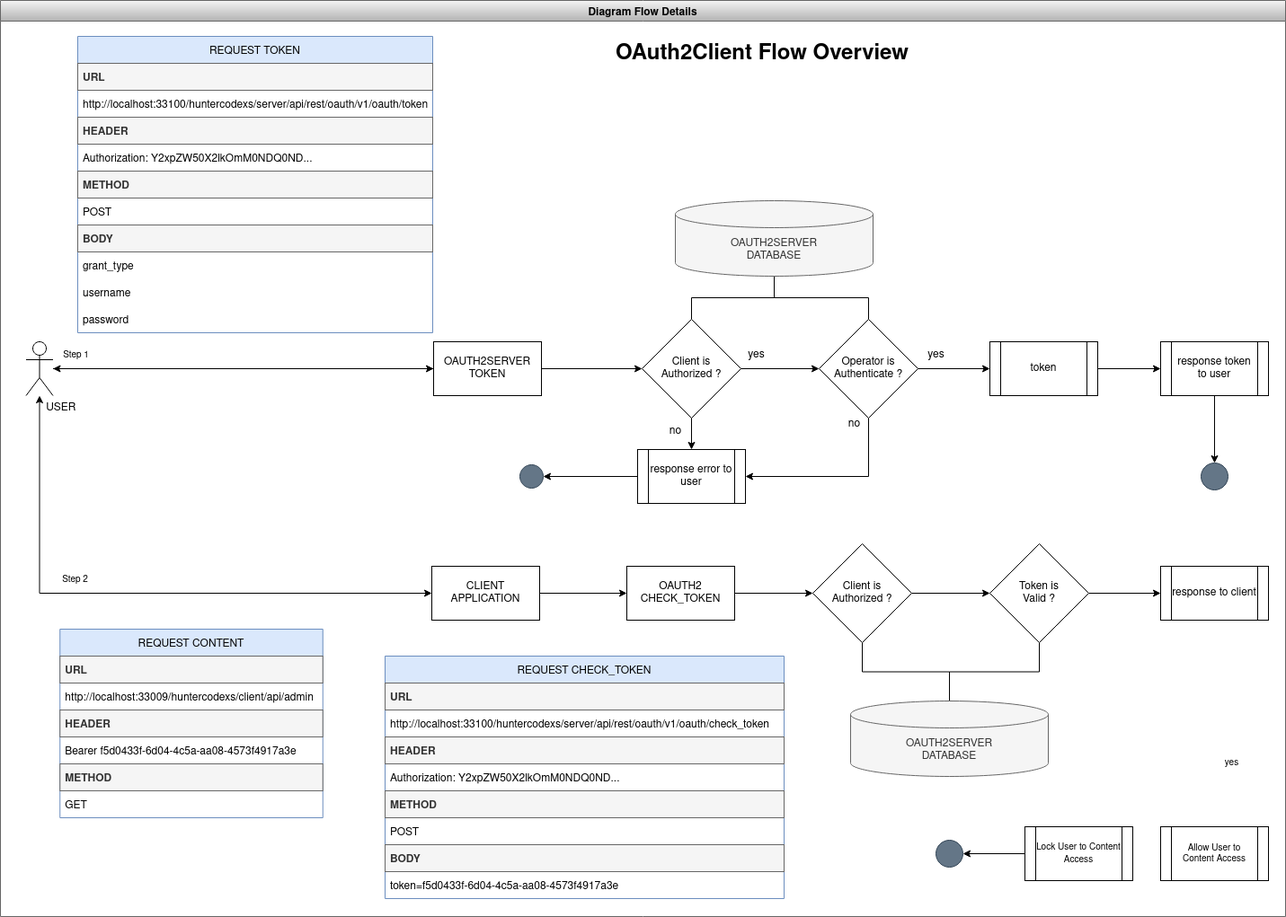
Before: src/main/resources/oauth2-client-details-driagram.png, a diagram exported from draw.io (huntercodexs/oauth2-client-demo). Source tidied: cells renumbered, new cells last; positions are measured from the earlier drawing's top-left corner, leaving out a move shared by most shapes.
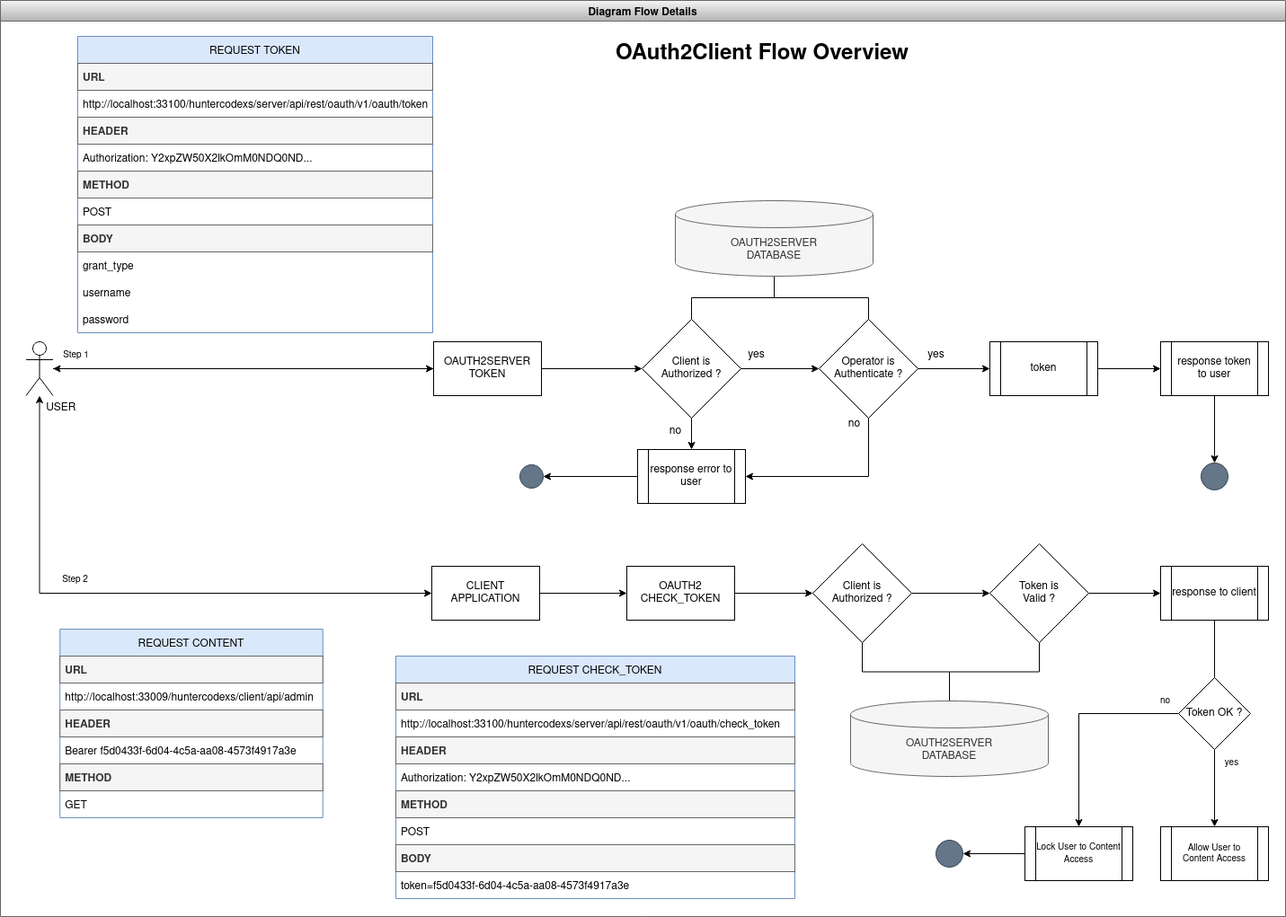
The same file after the commit.

Change to the diagram source:
```diff
@@ -187,7 +187,7 @@
       <mxGeometry x="58" y="630" width="50" height="30" as="geometry" />
     </mxCell>
     <mxCell id="62" value="REQUEST CHECK_TOKEN" style="swimlane;fontStyle=0;horizontal=1;startSize=30;labelBackgroundColor=none;fillColor=#dae8fc;strokeColor=#6c8ebf;" parent="2" vertex="1">
-      <mxGeometry x="428" y="730" width="444" height="270" as="geometry" />
+      <mxGeometry x="440" y="730" width="444" height="270" as="geometry" />
     </mxCell>
     <mxCell id="63" value="URL" style="text;align=left;verticalAlign=middle;spacingLeft=4;spacingRight=4;overflow=hidden;labelBackgroundColor=none;fontStyle=1;fillColor=#f5f5f5;fontColor=#333333;strokeColor=#666666;" parent="62" vertex="1">
       <mxGeometry y="30" width="444" height="30" as="geometry" />
@@ -231,5 +231,20 @@
     <mxCell id="76" value="yes" style="text;html=1;align=center;verticalAlign=middle;strokeColor=none;fillColor=none;fontSize=10;" parent="2" vertex="1">
       <mxGeometry x="1350" y="834" width="40" height="30" as="geometry" />
     </mxCell>
+    <mxCell id="77" value="Token OK ?" style="rhombus;whiteSpace=wrap;html=1;" parent="2" vertex="1">
+      <mxGeometry x="1311" y="754" width="80" height="80" as="geometry" />
+    </mxCell>
+    <mxCell id="78" style="edgeStyle=orthogonalEdgeStyle;rounded=0;jettySize=auto;html=1;fontSize=10;startArrow=none;startFill=0;endArrow=none;endFill=0;" parent="2" edge="1" source="6" target="77">
+      <mxGeometry relative="1" as="geometry" />
+    </mxCell>
+    <mxCell id="79" style="edgeStyle=orthogonalEdgeStyle;rounded=0;jettySize=auto;html=1;fontSize=10;startArrow=none;startFill=0;endArrow=classic;endFill=1;" parent="2" edge="1" source="77" target="72">
+      <mxGeometry relative="1" as="geometry" />
+    </mxCell>
+    <mxCell id="80" style="edgeStyle=orthogonalEdgeStyle;rounded=0;jettySize=auto;html=1;fontSize=10;startArrow=none;startFill=0;endArrow=classic;endFill=1;" parent="2" edge="1" source="77" target="75">
+      <mxGeometry relative="1" as="geometry" />
+    </mxCell>
+    <mxCell id="81" value="no" style="text;html=1;align=center;verticalAlign=middle;strokeColor=none;fillColor=none;fontSize=10;" parent="2" vertex="1">
+      <mxGeometry x="1281" y="765" width="30" height="30" as="geometry" />
+    </mxCell>
   </root>
 </mxGraphModel>
```
